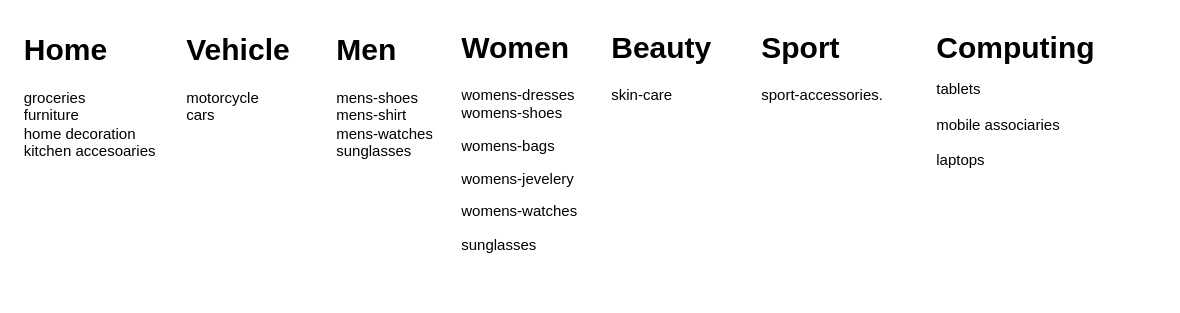
This is Kategorier_Shopping.drawio from Zerq/WebshopGroupProject, a draw.io file, before an edit. Source tidied: cells renumbered, new cells numbered last; positions are measured from the earlier drawing's top-left corner, leaving out a move shared by most shapes. Both pictures are drawn from the tidied source at 125%, with x=0, y=0 at pixel (21, 21).
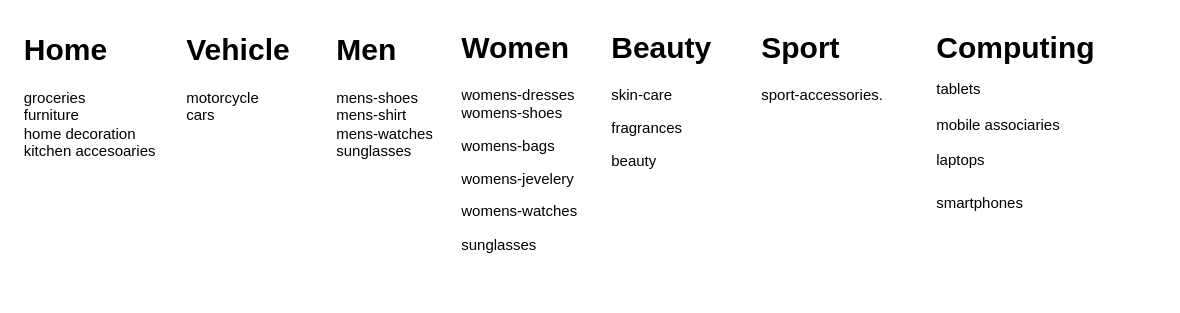
The same diagram, later.

Commit message:
Kategorier-shopping drawio

What changed in the source:
```diff
@@
 <mxGraphModel>
   <root>
     <mxCell id="0" />
     <mxCell id="1" parent="0" />
     <mxCell id="2" value="&lt;h1 style=&quot;margin-top: 0px;&quot;&gt;&lt;span style=&quot;text-align: center; text-wrap: nowrap;&quot;&gt;&lt;font style=&quot;font-size: 24px;&quot;&gt;Home&lt;/font&gt;&lt;/span&gt;&lt;br&gt;&lt;/h1&gt;&lt;p&gt;groceries&lt;br&gt;&lt;span style=&quot;background-color: transparent; color: light-dark(rgb(0, 0, 0), rgb(255, 255, 255));&quot;&gt;furniture&lt;br&gt;&lt;/span&gt;&lt;span style=&quot;background-color: transparent; color: light-dark(rgb(0, 0, 0), rgb(255, 255, 255));&quot;&gt;home decoration&lt;br&gt;&lt;/span&gt;&lt;span style=&quot;background-color: transparent; color: light-dark(rgb(0, 0, 0), rgb(255, 255, 255));&quot;&gt;kitchen accesoaries&lt;/span&gt;&lt;/p&gt;&lt;p&gt;&lt;br&gt;&lt;/p&gt;" style="text;html=1;whiteSpace=wrap;overflow=hidden;rounded=0;" parent="1" vertex="1">
       <mxGeometry y="2" width="120" height="130" as="geometry" />
     </mxCell>
     <mxCell id="3" value="&lt;h1 style=&quot;margin-top: 0px;&quot;&gt;Men&lt;/h1&gt;&lt;p&gt;mens-shoes&lt;br&gt;mens-shirt&lt;br&gt;mens-watches&lt;br&gt;&lt;span style=&quot;background-color: transparent; color: light-dark(rgb(0, 0, 0), rgb(255, 255, 255));&quot;&gt;sunglasses&lt;/span&gt;&lt;/p&gt;&lt;p&gt;&lt;br&gt;&lt;font style=&quot;&quot;&gt;&lt;br&gt;&lt;font style=&quot;font-size: 12px;&quot;&gt;&lt;br&gt;&lt;br&gt;&lt;/font&gt;&lt;/font&gt;&lt;/p&gt;" style="text;html=1;whiteSpace=wrap;overflow=hidden;rounded=0;" parent="1" vertex="1">
       <mxGeometry x="250" y="2" width="100" height="125" as="geometry" />
     </mxCell>
     <mxCell id="4" value="&lt;h1 style=&quot;margin-top: 0px;&quot;&gt;Women&lt;/h1&gt;&lt;p&gt;womens-dresses&lt;br&gt;womens-shoes&lt;/p&gt;&lt;p&gt;&lt;span style=&quot;background-color: transparent; color: light-dark(rgb(0, 0, 0), rgb(255, 255, 255));&quot;&gt;womens-bags&lt;/span&gt;&lt;/p&gt;&lt;p&gt;&lt;span style=&quot;background-color: transparent; color: light-dark(rgb(0, 0, 0), rgb(255, 255, 255));&quot;&gt;womens-jevelery&lt;/span&gt;&lt;/p&gt;&lt;p&gt;&lt;span style=&quot;background-color: transparent; color: light-dark(rgb(0, 0, 0), rgb(255, 255, 255));&quot;&gt;womens-watches&lt;/span&gt;&lt;/p&gt;&lt;p&gt;&lt;span style=&quot;background-color: transparent; color: light-dark(rgb(0, 0, 0), rgb(255, 255, 255));&quot;&gt;sunglasses&lt;/span&gt;&lt;/p&gt;&lt;p&gt;&lt;br&gt;&lt;br&gt;&lt;br&gt;&lt;br&gt;&lt;/p&gt;" style="text;html=1;whiteSpace=wrap;overflow=hidden;rounded=0;" parent="1" vertex="1">
       <mxGeometry x="350" y="-0.5" width="110" height="212.5" as="geometry" />
     </mxCell>
     <mxCell id="5" value="&lt;h1 style=&quot;margin-top: 0px;&quot;&gt;&lt;font style=&quot;font-size: 24px;&quot;&gt;Vehicle&lt;/font&gt;&lt;br&gt;&lt;/h1&gt;&lt;p&gt;motorcycle&lt;br&gt;cars&lt;br&gt;&lt;/p&gt;" style="text;html=1;whiteSpace=wrap;overflow=hidden;rounded=0;" parent="1" vertex="1">
       <mxGeometry x="130" y="2" width="100" height="120" as="geometry" />
     </mxCell>
     <mxCell id="6" value="&lt;h1 style=&quot;margin-top: 0px;&quot;&gt;Sport&lt;/h1&gt;&lt;p&gt;sport-accessories.&lt;/p&gt;" style="text;html=1;whiteSpace=wrap;overflow=hidden;rounded=0;" parent="1" vertex="1">
       <mxGeometry x="590" y="-0.5" width="110" height="87.5" as="geometry" />
     </mxCell>
-    <mxCell id="7" value="&lt;h1 style=&quot;margin-top: 0px;&quot;&gt;Computing&lt;br&gt;&lt;span style=&quot;background-color: transparent; color: light-dark(rgb(0, 0, 0), rgb(255, 255, 255)); font-size: 12px; font-weight: normal;&quot;&gt;tablets&lt;br&gt;&lt;/span&gt;&lt;span style=&quot;background-color: transparent; color: light-dark(rgb(0, 0, 0), rgb(255, 255, 255)); font-size: 12px; font-weight: normal;&quot;&gt;mobile associaries&lt;br&gt;&lt;/span&gt;&lt;span style=&quot;background-color: transparent; color: light-dark(rgb(0, 0, 0), rgb(255, 255, 255)); font-size: 12px; font-weight: normal;&quot;&gt;laptops&lt;/span&gt;&lt;/h1&gt;" style="text;html=1;whiteSpace=wrap;overflow=hidden;rounded=0;" parent="1" vertex="1">
+    <mxCell id="7" value="&lt;h1 style=&quot;margin-top: 0px;&quot;&gt;Computing&lt;br&gt;&lt;span style=&quot;background-color: transparent; color: light-dark(rgb(0, 0, 0), rgb(255, 255, 255)); font-size: 12px; font-weight: normal;&quot;&gt;tablets&lt;br&gt;&lt;/span&gt;&lt;span style=&quot;background-color: transparent; color: light-dark(rgb(0, 0, 0), rgb(255, 255, 255)); font-size: 12px; font-weight: normal;&quot;&gt;mobile associaries&lt;br&gt;&lt;/span&gt;&lt;span style=&quot;background-color: transparent; color: light-dark(rgb(0, 0, 0), rgb(255, 255, 255)); font-size: 12px; font-weight: normal;&quot;&gt;laptops&lt;/span&gt;&lt;/h1&gt;&lt;div&gt;&lt;span&gt;smartphones&lt;/span&gt;&lt;span style=&quot;background-color: transparent; color: light-dark(rgb(0, 0, 0), rgb(255, 255, 255)); font-size: 12px; font-weight: normal;&quot;&gt;&lt;br&gt;&lt;/span&gt;&lt;/div&gt;" style="text;html=1;whiteSpace=wrap;overflow=hidden;rounded=0;" parent="1" vertex="1">
       <mxGeometry x="730" y="-0.5" width="180" height="162.5" as="geometry" />
     </mxCell>
-    <mxCell id="8" value="&lt;h1 style=&quot;margin-top: 0px;&quot;&gt;Beauty&lt;/h1&gt;&lt;p&gt;skin-care&lt;/p&gt;" style="text;html=1;whiteSpace=wrap;overflow=hidden;rounded=0;" parent="1" vertex="1">
-      <mxGeometry x="470" y="-0.5" width="120" height="120" as="geometry" />
+    <mxCell id="8" value="&lt;h1 style=&quot;margin-top: 0px;&quot;&gt;Beauty&lt;/h1&gt;&lt;p&gt;skin-care&lt;/p&gt;&lt;p&gt;&lt;span&gt;fragrances&lt;/span&gt;&lt;br&gt;&lt;/p&gt;&lt;p&gt;&lt;span&gt;&lt;span&gt;beauty&lt;/span&gt;&lt;br&gt;&lt;/span&gt;&lt;/p&gt;" style="text;html=1;whiteSpace=wrap;overflow=hidden;rounded=0;" parent="1" vertex="1">
+      <mxGeometry x="470" y="-0.5" width="120" height="182.5" as="geometry" />
     </mxCell>
   </root>
 </mxGraphModel>
```
